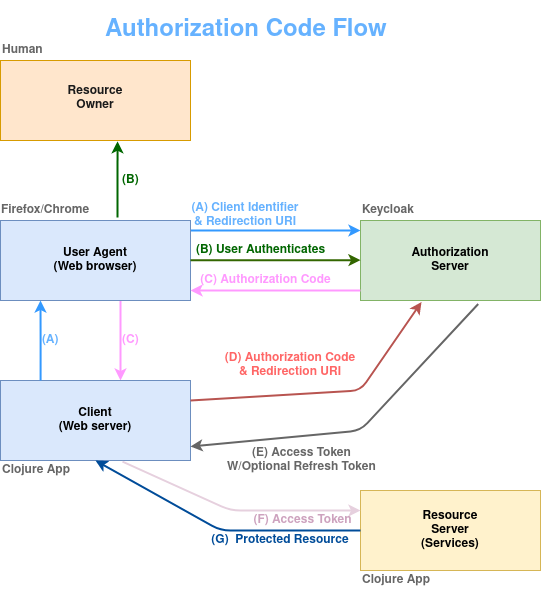
sguessou/sso-clojure keeps this draw.io diagram as images/authorization_code_flow.png. Above is the earlier version. Source tidied: cells renumbered, new cells last; positions are measured from the earlier drawing's top-left corner, leaving out a move shared by most shapes.
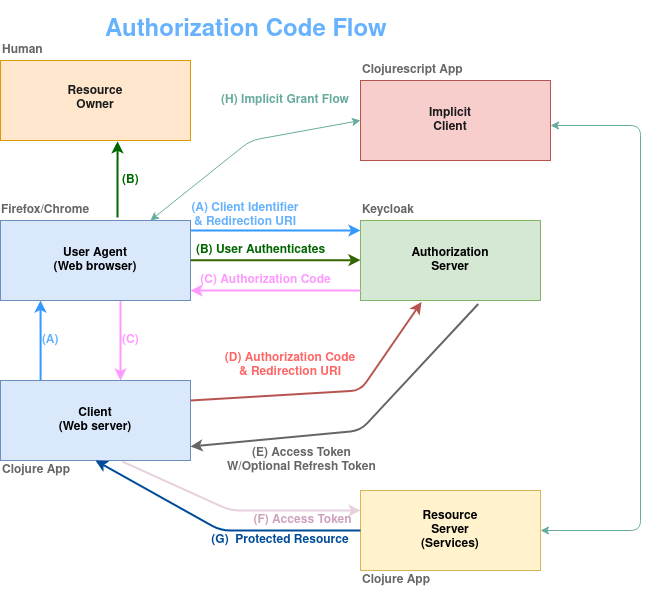
After the change.

Commit message:
add frontend state logic

What changed in the source:
```diff
@@ -155,5 +155,33 @@
     <mxCell id="37" value="&lt;b&gt;&lt;font color=&quot;#004C99&quot;&gt;(G)&amp;nbsp; Protected Resource&lt;/font&gt;&lt;/b&gt;" style="text;html=1;strokeColor=none;fillColor=none;align=center;verticalAlign=middle;whiteSpace=wrap;rounded=0;" parent="1" vertex="1">
       <mxGeometry x="210" y="520" width="140" height="20" as="geometry" />
     </mxCell>
+    <mxCell id="38" value="&lt;div align=&quot;left&quot;&gt;&lt;font color=&quot;#666666&quot;&gt;&lt;b&gt;Clojurescript App&lt;/b&gt;&lt;/font&gt;&lt;/div&gt;" style="text;html=1;strokeColor=none;fillColor=none;align=left;verticalAlign=middle;whiteSpace=wrap;rounded=0;fontColor=#66B2FF;" parent="1" vertex="1">
+      <mxGeometry x="360" y="50" width="120" height="20" as="geometry" />
+    </mxCell>
+    <mxCell id="39" style="endArrow=classic;startArrow=classic;html=1;strokeColor=#67AB9F;exitX=1;exitY=0.5;exitDx=0;exitDy=0;" parent="1" edge="1" source="31">
+      <mxGeometry relative="1" as="geometry">
+        <mxPoint x="550" y="115" as="targetPoint" />
+        <Array as="points">
+          <mxPoint x="640" y="520" />
+          <mxPoint x="640" y="115" />
+        </Array>
+      </mxGeometry>
+    </mxCell>
+    <mxCell id="40" value="&lt;div&gt;&lt;font color=&quot;#67AB9F&quot;&gt;&lt;b&gt;(H) Implicit Grant Flow&lt;br&gt;&lt;/b&gt;&lt;/font&gt;&lt;/div&gt;" style="text;html=1;strokeColor=none;fillColor=none;align=center;verticalAlign=middle;whiteSpace=wrap;rounded=0;fontColor=#66B2FF;" parent="1" vertex="1">
+      <mxGeometry x="210" y="75" width="150" height="30" as="geometry" />
+    </mxCell>
+    <mxCell id="41" style="rounded=0;whiteSpace=wrap;html=1;fillColor=#f8cecc;strokeColor=#b85450;" parent="1" vertex="1">
+      <mxGeometry x="360" y="70" width="190" height="80" as="geometry" />
+    </mxCell>
+    <mxCell id="42" style="endArrow=classic;startArrow=classic;html=1;strokeColor=#67AB9F;entryX=0;entryY=0.5;entryDx=0;entryDy=0;exitX=0.789;exitY=0;exitDx=0;exitDy=0;exitPerimeter=0;" parent="1" edge="1" source="5" target="41">
+      <mxGeometry relative="1" as="geometry">
+        <Array as="points">
+          <mxPoint x="250" y="130" />
+        </Array>
+      </mxGeometry>
+    </mxCell>
+    <mxCell id="43" value="&lt;font color=&quot;#1A1A1A&quot;&gt;&lt;b&gt;Implicit Client&lt;/b&gt;&lt;/font&gt;" style="text;html=1;strokeColor=none;fillColor=none;align=center;verticalAlign=middle;whiteSpace=wrap;rounded=0;fontColor=#66B2FF;" parent="1" vertex="1">
+      <mxGeometry x="410" y="92.5" width="80" height="35" as="geometry" />
+    </mxCell>
   </root>
 </mxGraphModel>
```
